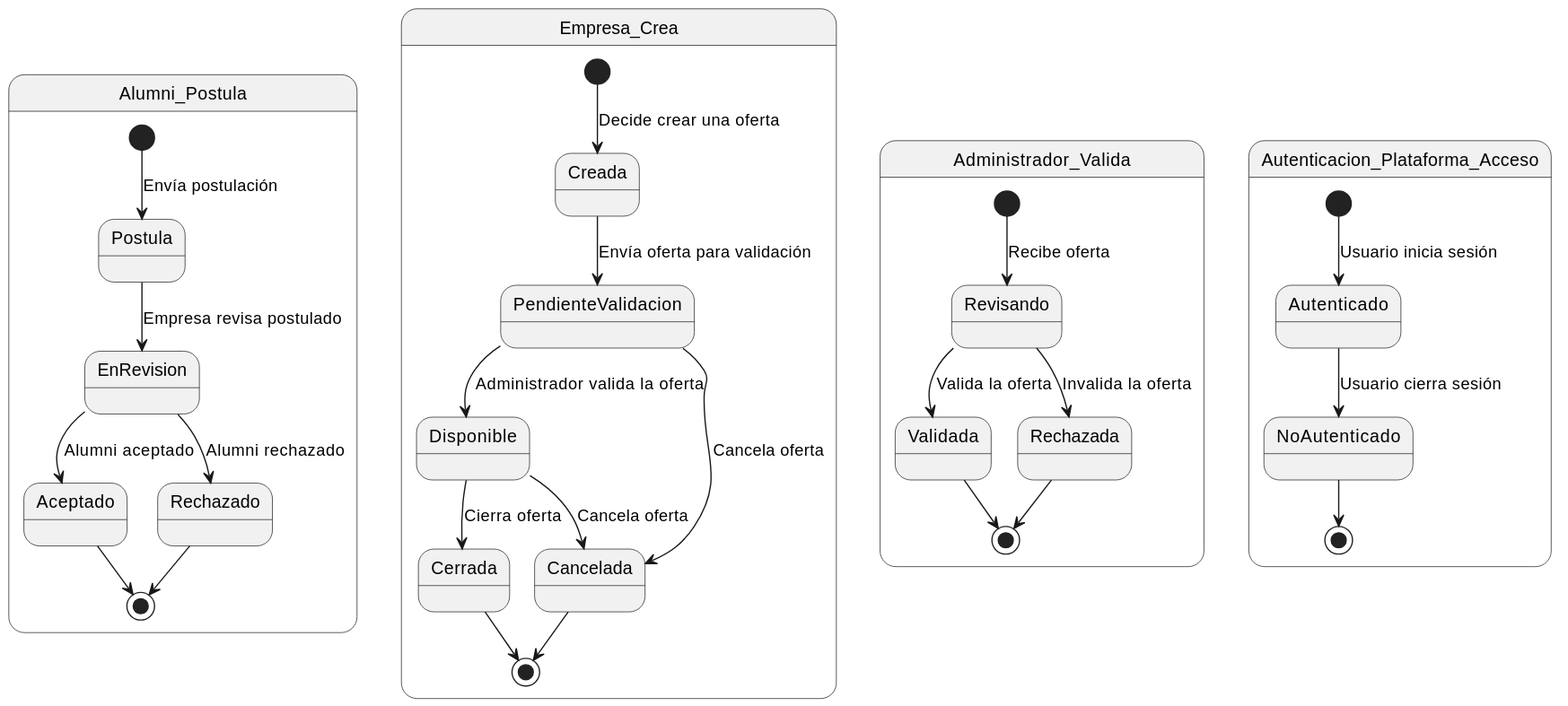
The PlantUML diagram modelosUML/ModeloDominio/svg/diagramaEstados.svg in mmasias/24-25-IdSw1-SDR, before a commit.
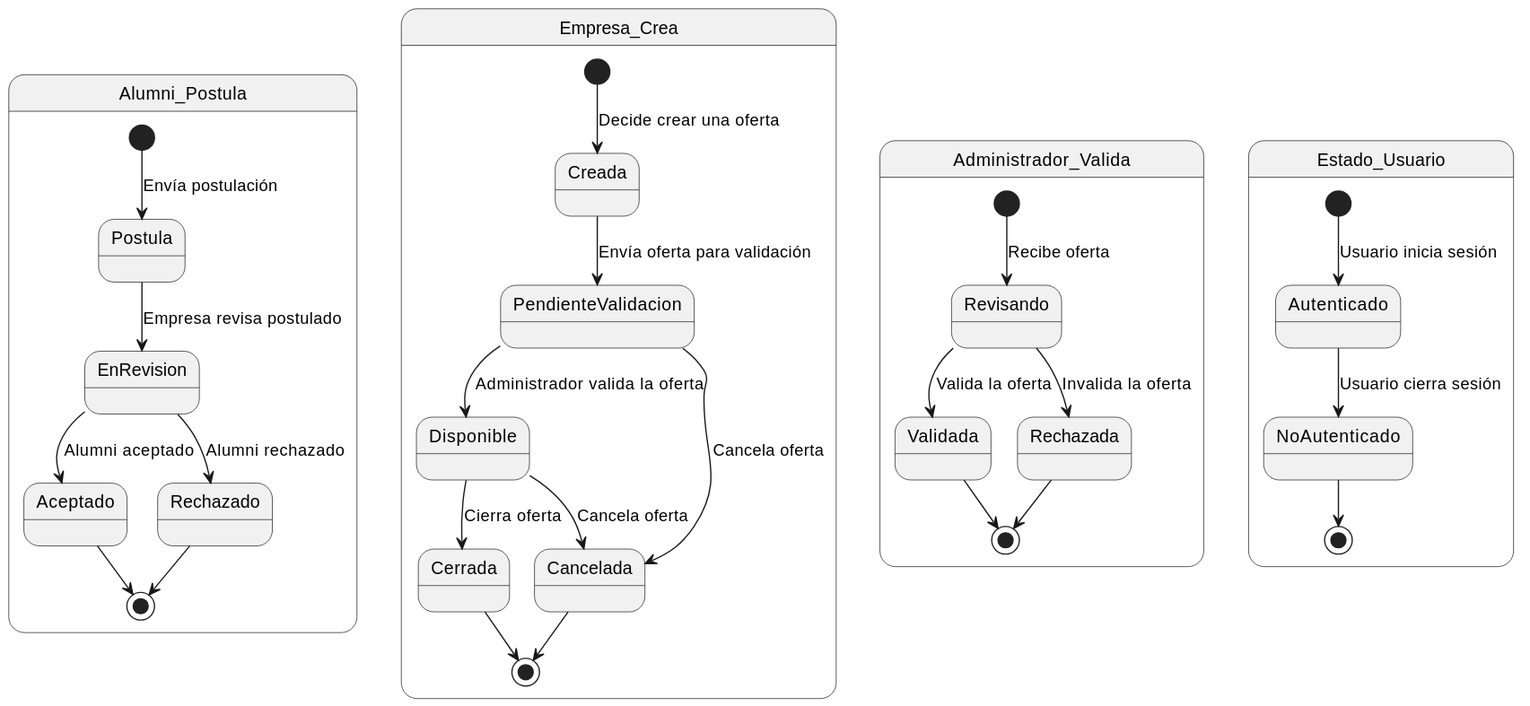
After the change.

Commit message:
Diagrama Estados Autenticacion Usuario - Fix #43

The edit, as a diff of the source:
```diff
@@ -27,7 +27,7 @@
     Rechazada --> [*]
 }
 
-state Autenticacion_Plataforma_Acceso {
+state Estado_Usuario {
     [*] --> Autenticado : Usuario inicia sesión
     Autenticado --> NoAutenticado : Usuario cierra sesión
     NoAutenticado --> [*]
```
